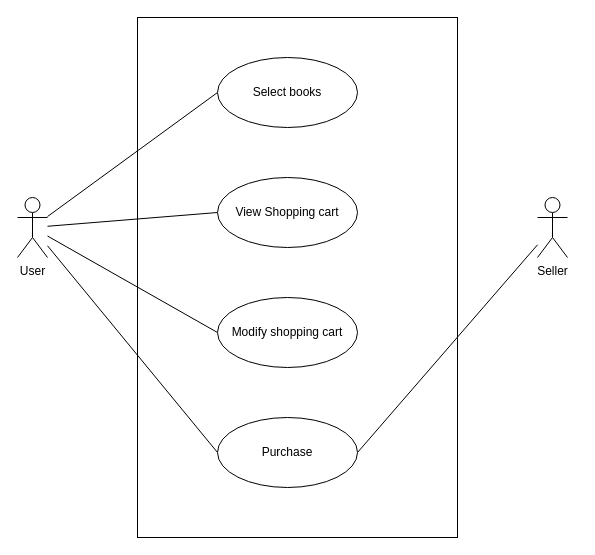
The draw.io diagram page "Use case" (2 of 2) of duke_bookstore.drawio in songvut365/software-architecture-and-design-labs, before the edit. Source tidied: cells renumbered, new cells numbered last; positions are measured from the earlier drawing's top-left corner, leaving out a move shared by most shapes. Both pictures are drawn from the tidied source at 100%, with x=0, y=0 at pixel (17, 17).
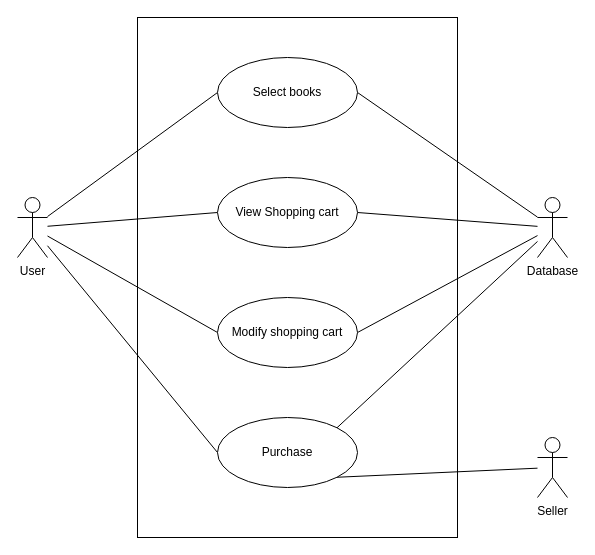
After the change.

Commit message:
Update use case diagram

The edit, as a diff of the source:
```diff
@@
 <mxGraphModel>
   <root>
     <mxCell id="0" />
     <mxCell id="1" parent="0" />
     <mxCell id="2" style="html=1;" parent="1" vertex="1">
       <mxGeometry x="120" width="320" height="520" as="geometry" />
     </mxCell>
     <mxCell id="3" style="rounded=0;jettySize=auto;html=1;endArrow=none;endFill=0;entryX=0;entryY=0.5;entryDx=0;entryDy=0;" parent="1" edge="1" source="7" target="8">
       <mxGeometry relative="1" as="geometry" />
     </mxCell>
     <mxCell id="4" style="edgeStyle=none;rounded=0;jettySize=auto;html=1;endArrow=none;endFill=0;entryX=0;entryY=0.5;entryDx=0;entryDy=0;" parent="1" edge="1" source="7" target="9">
       <mxGeometry relative="1" as="geometry" />
     </mxCell>
     <mxCell id="5" style="edgeStyle=none;rounded=0;jettySize=auto;html=1;endArrow=none;endFill=0;entryX=0;entryY=0.5;entryDx=0;entryDy=0;" parent="1" edge="1" source="7" target="12">
       <mxGeometry relative="1" as="geometry" />
     </mxCell>
     <mxCell id="6" style="edgeStyle=none;rounded=0;jettySize=auto;html=1;endArrow=none;endFill=0;entryX=0;entryY=0.5;entryDx=0;entryDy=0;" parent="1" edge="1" source="7" target="10">
       <mxGeometry relative="1" as="geometry" />
     </mxCell>
     <mxCell id="7" value="User" style="shape=umlActor;verticalLabelPosition=bottom;verticalAlign=top;html=1;" parent="1" vertex="1">
       <mxGeometry y="180" width="30" height="60" as="geometry" />
     </mxCell>
+    <mxCell id="14" style="edgeStyle=none;rounded=0;jettySize=auto;html=1;endArrow=none;endFill=0;exitX=1;exitY=0.5;exitDx=0;exitDy=0;" parent="1" edge="1" source="8" target="18">
+      <mxGeometry relative="1" as="geometry" />
+    </mxCell>
     <mxCell id="8" value="Select books" style="ellipse;whiteSpace=wrap;html=1;" parent="1" vertex="1">
       <mxGeometry x="200" y="40" width="140" height="70" as="geometry" />
     </mxCell>
+    <mxCell id="15" style="edgeStyle=none;rounded=0;jettySize=auto;html=1;exitX=1;exitY=0.5;exitDx=0;exitDy=0;endArrow=none;endFill=0;" parent="1" edge="1" source="9" target="18">
+      <mxGeometry relative="1" as="geometry" />
+    </mxCell>
     <mxCell id="9" value="View Shopping cart" style="ellipse;whiteSpace=wrap;html=1;" parent="1" vertex="1">
       <mxGeometry x="200" y="160" width="140" height="70" as="geometry" />
     </mxCell>
+    <mxCell id="16" style="edgeStyle=none;rounded=0;jettySize=auto;html=1;endArrow=none;endFill=0;exitX=1;exitY=0.5;exitDx=0;exitDy=0;" parent="1" edge="1" source="10" target="18">
+      <mxGeometry relative="1" as="geometry" />
+    </mxCell>
     <mxCell id="10" value="Modify shopping cart" style="ellipse;whiteSpace=wrap;html=1;" parent="1" vertex="1">
       <mxGeometry x="200" y="280" width="140" height="70" as="geometry" />
     </mxCell>
-    <mxCell id="11" style="edgeStyle=none;rounded=0;jettySize=auto;html=1;endArrow=none;endFill=0;exitX=1;exitY=0.5;exitDx=0;exitDy=0;" parent="1" edge="1" source="12" target="13">
+    <mxCell id="11" style="edgeStyle=none;rounded=0;jettySize=auto;html=1;endArrow=none;endFill=0;exitX=1;exitY=1;exitDx=0;exitDy=0;" parent="1" edge="1" source="12" target="13">
       <mxGeometry relative="1" as="geometry" />
     </mxCell>
+    <mxCell id="17" style="edgeStyle=none;rounded=0;jettySize=auto;html=1;endArrow=none;endFill=0;exitX=1;exitY=0;exitDx=0;exitDy=0;" parent="1" edge="1" source="12" target="18">
+      <mxGeometry relative="1" as="geometry" />
+    </mxCell>
     <mxCell id="12" value="Purchase" style="ellipse;whiteSpace=wrap;html=1;" parent="1" vertex="1">
       <mxGeometry x="200" y="400" width="140" height="70" as="geometry" />
     </mxCell>
     <mxCell id="13" value="Seller" style="shape=umlActor;verticalLabelPosition=bottom;verticalAlign=top;html=1;" parent="1" vertex="1">
-      <mxGeometry x="520" y="180" width="30" height="60" as="geometry" />
+      <mxGeometry x="520" y="420" width="30" height="60" as="geometry" />
     </mxCell>
+    <mxCell id="18" value="Database" style="shape=umlActor;verticalLabelPosition=bottom;verticalAlign=top;html=1;" parent="1" vertex="1">
+      <mxGeometry x="520" y="180" width="30" height="60" as="geometry" />
+    </mxCell>
   </root>
 </mxGraphModel>
```
